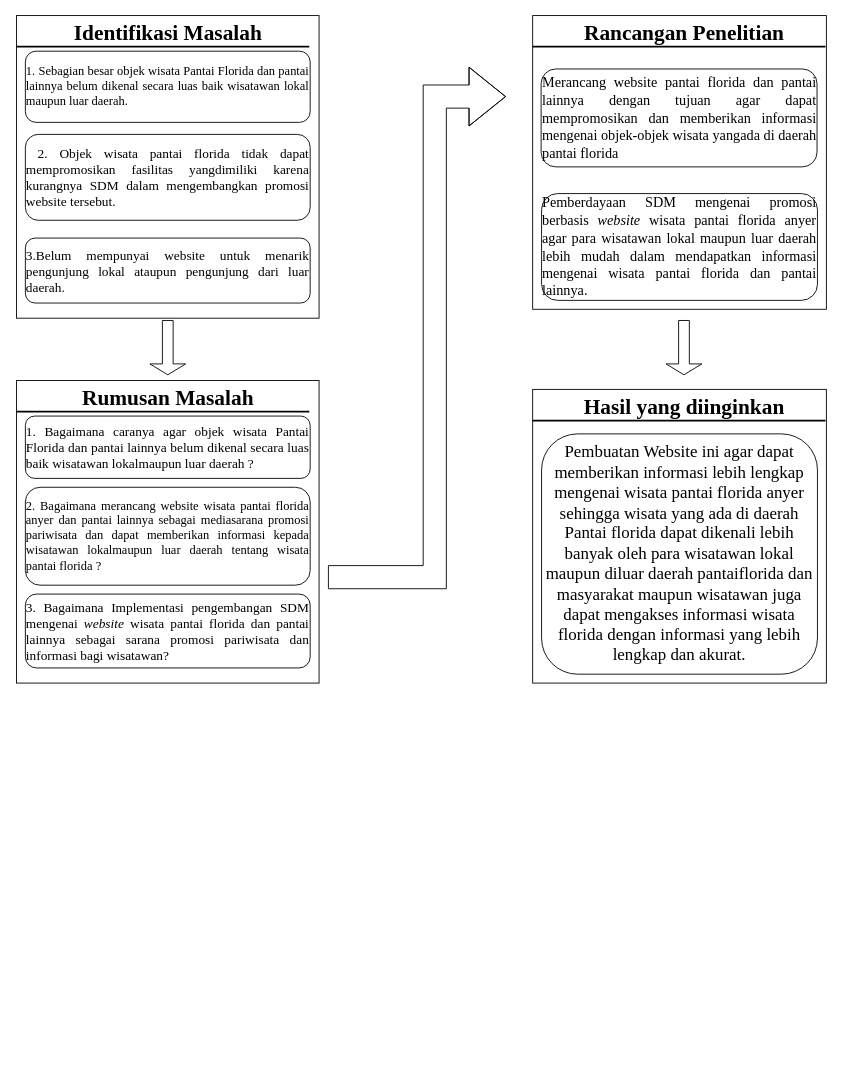
Above: page "Page-62" (4 of 61) of Untitled Diagram.drawio in Jeremia0910/SJSI (draw.io), before the change. Source tidied: cells renumbered, new cells numbered last; positions are measured from the earlier drawing's top-left corner, leaving out a move shared by most shapes. Both pictures are drawn from the tidied source at 89%, with x=0, y=0 at pixel (16, 15).
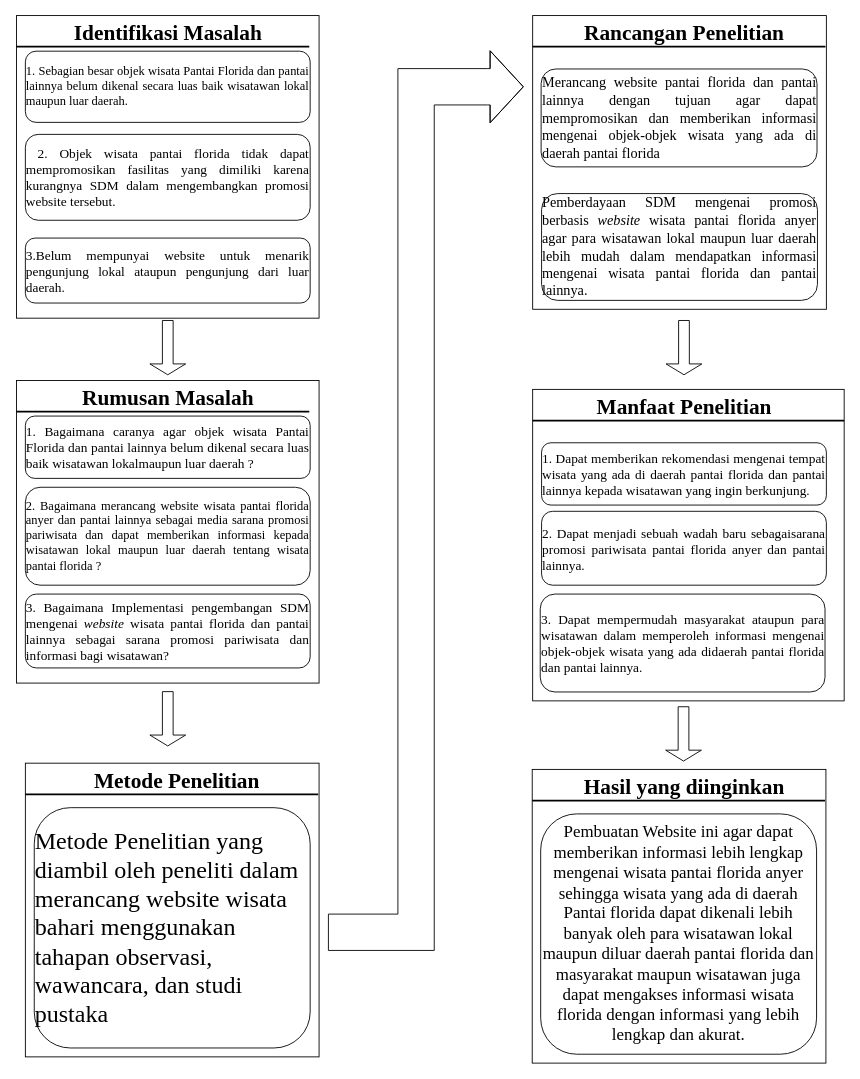
Above is the later version.

The edit, as a diff of the source:
```diff
@@
-    <mxCell id="7" style="edgeStyle=segmentEdgeStyle;endArrow=classic;html=1;rounded=0;fontFamily=Times New Roman;fontSize=19;shape=flexArrow;width=26;endWidth=39;endSize=13.33;" parent="1" edge="1">
+    <mxCell id="7" style="edgeStyle=segmentEdgeStyle;endArrow=classic;html=1;rounded=0;fontFamily=Times New Roman;fontSize=19;shape=flexArrow;width=40.833333333333336;endWidth=39;endSize=12.108333333333333;" parent="1" edge="1">
       <mxGeometry relative="1" as="geometry">
-        <mxPoint x="350" y="631" as="sourcePoint" />
-        <mxPoint x="550" y="91" as="targetPoint" />
+        <mxPoint x="350" y="1030" as="sourcePoint" />
+        <mxPoint x="570" y="80" as="targetPoint" />
         <Array as="points">
-          <mxPoint x="470" y="631" />
-          <mxPoint x="470" y="91" />
+          <mxPoint x="449" y="1030" />
+          <mxPoint x="449" y="80" />
+          <mxPoint x="529" y="80" />
         </Array>
       </mxGeometry>
     </mxCell>
-    <mxCell id="8" value="&lt;div style=&quot;font-size: 15px;&quot; align=&quot;justify&quot;&gt;&amp;nbsp;2. &lt;span&gt;Objek wisata pantai florida tidak dapat mempromosikan fasilitas yangdimiliki karena kurangnya SDM dalam mengembangkan promosi website tersebut.&lt;/span&gt;&lt;/div&gt;" style="rounded=1;whiteSpace=wrap;html=1;fontFamily=Times New Roman;fontSize=14;" parent="1" vertex="1">
+    <mxCell id="8" value="&lt;div style=&quot;font-size: 15px;&quot; align=&quot;justify&quot;&gt;&amp;nbsp;2. &lt;span&gt;Objek wisata pantai florida tidak dapat mempromosikan fasilitas yang dimiliki karena kurangnya SDM dalam mengembangkan promosi website tersebut.&lt;/span&gt;&lt;/div&gt;" style="rounded=1;whiteSpace=wrap;html=1;fontFamily=Times New Roman;fontSize=14;" parent="1" vertex="1">
       <mxGeometry x="10" y="133.5" width="320" height="96.5" as="geometry" />
     </mxCell>
@@
-    <mxCell id="13" value="&lt;div align=&quot;justify&quot;&gt;&lt;font style=&quot;font-size: 16px;&quot;&gt;Merancang website pantai florida dan pantai lainnya dengan tujuan agar dapat mempromosikan dan memberikan informasi mengenai objek-objek wisata yangada di daerah pantai florida&lt;/font&gt;&lt;/div&gt;" style="rounded=1;whiteSpace=wrap;html=1;fontFamily=Times New Roman;fontSize=14;" parent="1" vertex="1">
+    <mxCell id="13" value="&lt;div align=&quot;justify&quot;&gt;&lt;font style=&quot;font-size: 16px;&quot;&gt;Merancang website pantai florida dan pantai lainnya dengan tujuan agar dapat mempromosikan dan memberikan informasi mengenai objek-objek wisata yang ada di daerah pantai florida&lt;/font&gt;&lt;/div&gt;" style="rounded=1;whiteSpace=wrap;html=1;fontFamily=Times New Roman;fontSize=14;" parent="1" vertex="1">
       <mxGeometry x="589.5" y="60" width="310" height="110" as="geometry" />
     </mxCell>
@@
     <mxCell id="16" style="whiteSpace=wrap;html=1;" parent="1" vertex="1">
-      <mxGeometry x="580" y="420" width="330" height="330" as="geometry" />
+      <mxGeometry x="580" y="420" width="350" height="350" as="geometry" />
     </mxCell>
     <mxCell id="17" style="line;strokeWidth=2;html=1;" parent="1" vertex="1">
-      <mxGeometry x="580" y="450" width="329" height="10" as="geometry" />
+      <mxGeometry x="580" y="450" width="350" height="10" as="geometry" />
     </mxCell>
-    <mxCell id="18" value="&lt;font face=&quot;Times New Roman&quot;&gt;Hasil yang diinginkan&lt;/font&gt;" style="text;html=1;fontSize=24;fontStyle=1;verticalAlign=middle;align=center;" parent="1" vertex="1">
+    <mxCell id="18" value="&lt;font face=&quot;Times New Roman&quot;&gt;Manfaat Penelitian&lt;br&gt;&lt;/font&gt;" style="text;html=1;fontSize=24;fontStyle=1;verticalAlign=middle;align=center;" parent="1" vertex="1">
       <mxGeometry x="715" y="430" width="70" height="20" as="geometry" />
     </mxCell>
-    <mxCell id="19" value="&lt;font style=&quot;font-size: 19px;&quot;&gt;Pembuatan Website ini agar dapat memberikan informasi lebih lengkap mengenai wisata pantai florida anyer sehingga wisata yang ada di daerah Pantai florida dapat dikenali lebih banyak oleh para wisatawan lokal maupun diluar daerah pantaiflorida dan masyarakat maupun wisatawan juga dapat mengakses informasi wisata florida dengan informasi yang lebih lengkap dan akurat.&lt;/font&gt;" style="rounded=1;whiteSpace=wrap;html=1;fontFamily=Times New Roman;fontSize=14;" parent="1" vertex="1">
-      <mxGeometry x="590" y="470" width="310" height="270" as="geometry" />
-    </mxCell>
@@
-    <mxCell id="24" value="&lt;div style=&quot;&quot; align=&quot;justify&quot;&gt;&lt;p&gt;&lt;span&gt;2. Bagaimana merancang website wisata pantai florida anyer dan pantai lainnya sebagai mediasarana promosi pariwisata dan dapat memberikan informasi kepada wisatawan lokalmaupun luar daerah tentang wisata pantai florida ?&lt;/span&gt;&lt;/p&gt;&lt;/div&gt;" style="rounded=1;whiteSpace=wrap;html=1;fontFamily=Times New Roman;fontSize=14;" parent="1" vertex="1">
+    <mxCell id="24" value="&lt;div style=&quot;&quot; align=&quot;justify&quot;&gt;&lt;p&gt;&lt;span&gt;2. Bagaimana merancang website wisata pantai florida anyer dan pantai lainnya sebagai media sarana promosi pariwisata dan dapat memberikan informasi kepada wisatawan lokal maupun luar daerah tentang wisata pantai florida ?&lt;/span&gt;&lt;/p&gt;&lt;/div&gt;" style="rounded=1;whiteSpace=wrap;html=1;fontFamily=Times New Roman;fontSize=14;" parent="1" vertex="1">
       <mxGeometry x="10" y="530" width="320" height="110" as="geometry" />
     </mxCell>
@@
+    <mxCell id="26" style="whiteSpace=wrap;html=1;" parent="1" vertex="1">
+      <mxGeometry x="10" y="840" width="330" height="330" as="geometry" />
+    </mxCell>
+    <mxCell id="27" style="line;strokeWidth=2;html=1;" parent="1" vertex="1">
+      <mxGeometry x="10" y="870" width="329" height="10" as="geometry" />
+    </mxCell>
+    <mxCell id="28" value="&lt;font face=&quot;Times New Roman&quot;&gt;Metode Penelitian&lt;br&gt;&lt;/font&gt;" style="text;html=1;fontSize=24;fontStyle=1;verticalAlign=middle;align=center;" parent="1" vertex="1">
+      <mxGeometry x="145" y="850" width="70" height="20" as="geometry" />
+    </mxCell>
+    <mxCell id="29" value="&lt;div style=&quot;font-size: 27px;&quot; align=&quot;left&quot;&gt;&lt;font style=&quot;font-size: 27px;&quot;&gt;Metode Penelitian yang diambil oleh peneliti dalam merancang website wisata bahari menggunakan tahapan observasi, wawancara, dan studi pustaka&lt;/font&gt;&lt;br&gt;&lt;/div&gt;" style="rounded=1;whiteSpace=wrap;html=1;fontFamily=Times New Roman;fontSize=14;" parent="1" vertex="1">
+      <mxGeometry x="20" y="890" width="310" height="270" as="geometry" />
+    </mxCell>
+    <mxCell id="30" style="shape=singleArrow;direction=east;whiteSpace=wrap;html=1;fontFamily=Times New Roman;rotation=90;" parent="1" vertex="1">
+      <mxGeometry x="139.5" y="770" width="61" height="40.2" as="geometry" />
+    </mxCell>
+    <mxCell id="31" style="shape=singleArrow;direction=east;whiteSpace=wrap;html=1;fontFamily=Times New Roman;rotation=90;" parent="1" vertex="1">
+      <mxGeometry x="719" y="787" width="61" height="40.2" as="geometry" />
+    </mxCell>
+    <mxCell id="32" style="whiteSpace=wrap;html=1;" parent="1" vertex="1">
+      <mxGeometry x="579.5" y="847" width="330" height="330" as="geometry" />
+    </mxCell>
+    <mxCell id="33" style="line;strokeWidth=2;html=1;" parent="1" vertex="1">
+      <mxGeometry x="579.5" y="877" width="329" height="10" as="geometry" />
+    </mxCell>
+    <mxCell id="34" value="&lt;font face=&quot;Times New Roman&quot;&gt;Hasil yang diinginkan&lt;/font&gt;" style="text;html=1;fontSize=24;fontStyle=1;verticalAlign=middle;align=center;" parent="1" vertex="1">
+      <mxGeometry x="714.5" y="857" width="70" height="20" as="geometry" />
+    </mxCell>
+    <mxCell id="35" value="&lt;font style=&quot;font-size: 19px;&quot;&gt;Pembuatan Website ini agar dapat memberikan informasi lebih lengkap mengenai wisata pantai florida anyer sehingga wisata yang ada di daerah Pantai florida dapat dikenali lebih banyak oleh para wisatawan lokal maupun diluar daerah pantai florida dan masyarakat maupun wisatawan juga dapat mengakses informasi wisata florida dengan informasi yang lebih lengkap dan akurat.&lt;/font&gt;" style="rounded=1;whiteSpace=wrap;html=1;fontFamily=Times New Roman;fontSize=14;" parent="1" vertex="1">
+      <mxGeometry x="589" y="897" width="310" height="270" as="geometry" />
+    </mxCell>
+    <mxCell id="36" value="&lt;div style=&quot;font-size: 15px;&quot; align=&quot;justify&quot;&gt;&lt;p&gt;1. Dapat memberikan rekomendasi mengenai tempat wisata yang ada di daerah pantai florida dan pantai lainnya kepada wisatawan yang ingin berkunjung.&lt;/p&gt;&lt;/div&gt;" style="rounded=1;whiteSpace=wrap;html=1;fontFamily=Times New Roman;fontSize=14;align=center;" parent="1" vertex="1">
+      <mxGeometry x="590" y="480" width="320" height="70" as="geometry" />
+    </mxCell>
+    <mxCell id="37" value="&lt;div style=&quot;font-size: 15px;&quot; align=&quot;justify&quot;&gt;&lt;p&gt;&lt;span&gt;2. Dapat menjadi sebuah wadah baru sebagaisarana promosi pariwisata pantai florida anyer dan pantai lainnya.&lt;/span&gt;&lt;/p&gt;&lt;/div&gt;" style="rounded=1;whiteSpace=wrap;html=1;fontFamily=Times New Roman;fontSize=14;" parent="1" vertex="1">
+      <mxGeometry x="590" y="557" width="320" height="83" as="geometry" />
+    </mxCell>
+    <mxCell id="38" value="&lt;div style=&quot;font-size: 15px;&quot; align=&quot;justify&quot;&gt;&lt;p&gt;3. &lt;span&gt;Dapat mempermudah masyarakat ataupun para wisatawan dalam memperoleh informasi mengenai objek-objek wisata yang ada didaerah pantai florida dan pantai lainnya.&lt;/span&gt;&lt;/p&gt;&lt;/div&gt;" style="rounded=1;whiteSpace=wrap;html=1;fontFamily=Times New Roman;fontSize=14;" parent="1" vertex="1">
+      <mxGeometry x="588.5" y="650" width="320" height="110" as="geometry" />
+    </mxCell>
```
